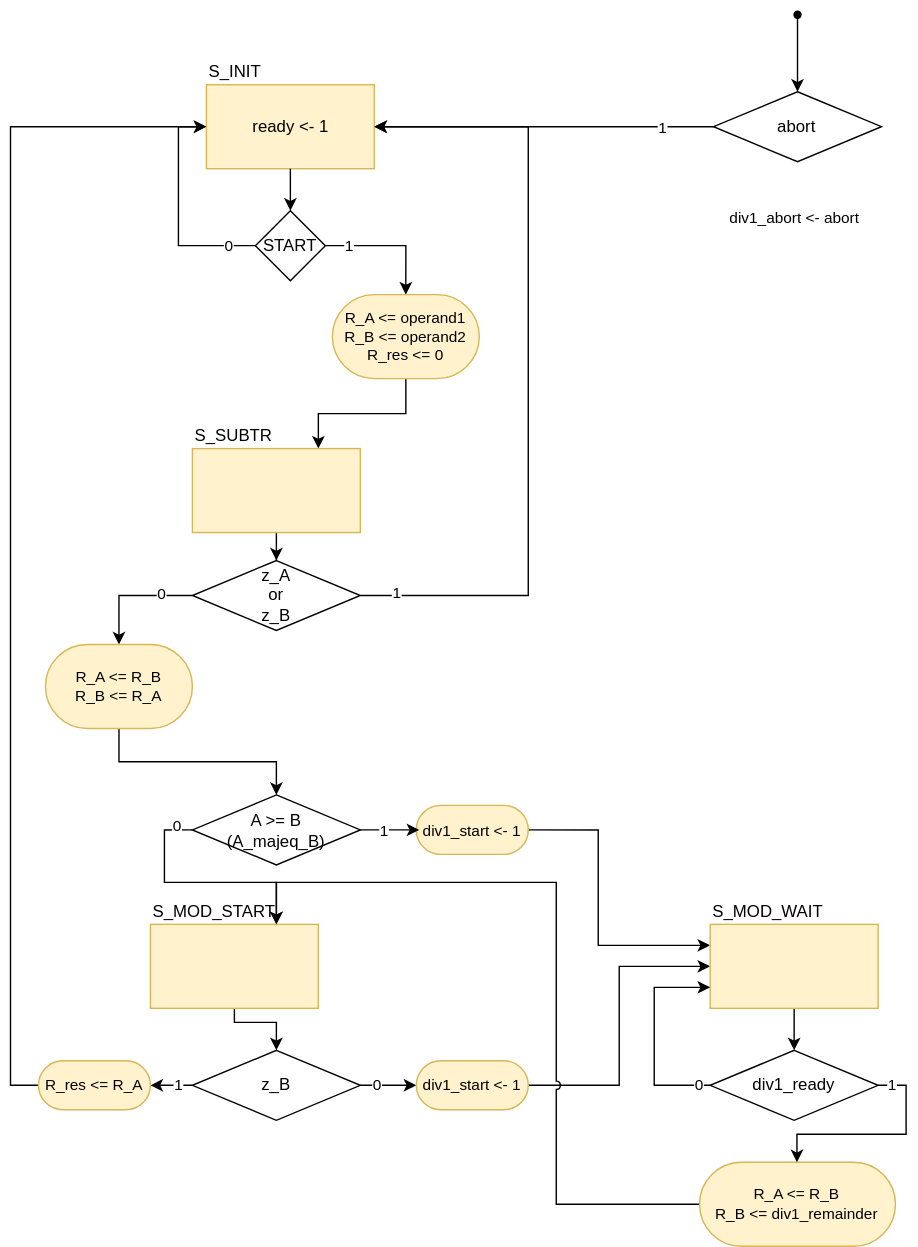
The draw.io diagram doc/images/ASM-mcd_ctrl.drawio.svg in DavidTrevisan/calcolatori_elettronici_2025, before a commit. Source tidied: cells renumbered, new cells last; positions are measured from the earlier drawing's top-left corner, leaving out a move shared by most shapes.
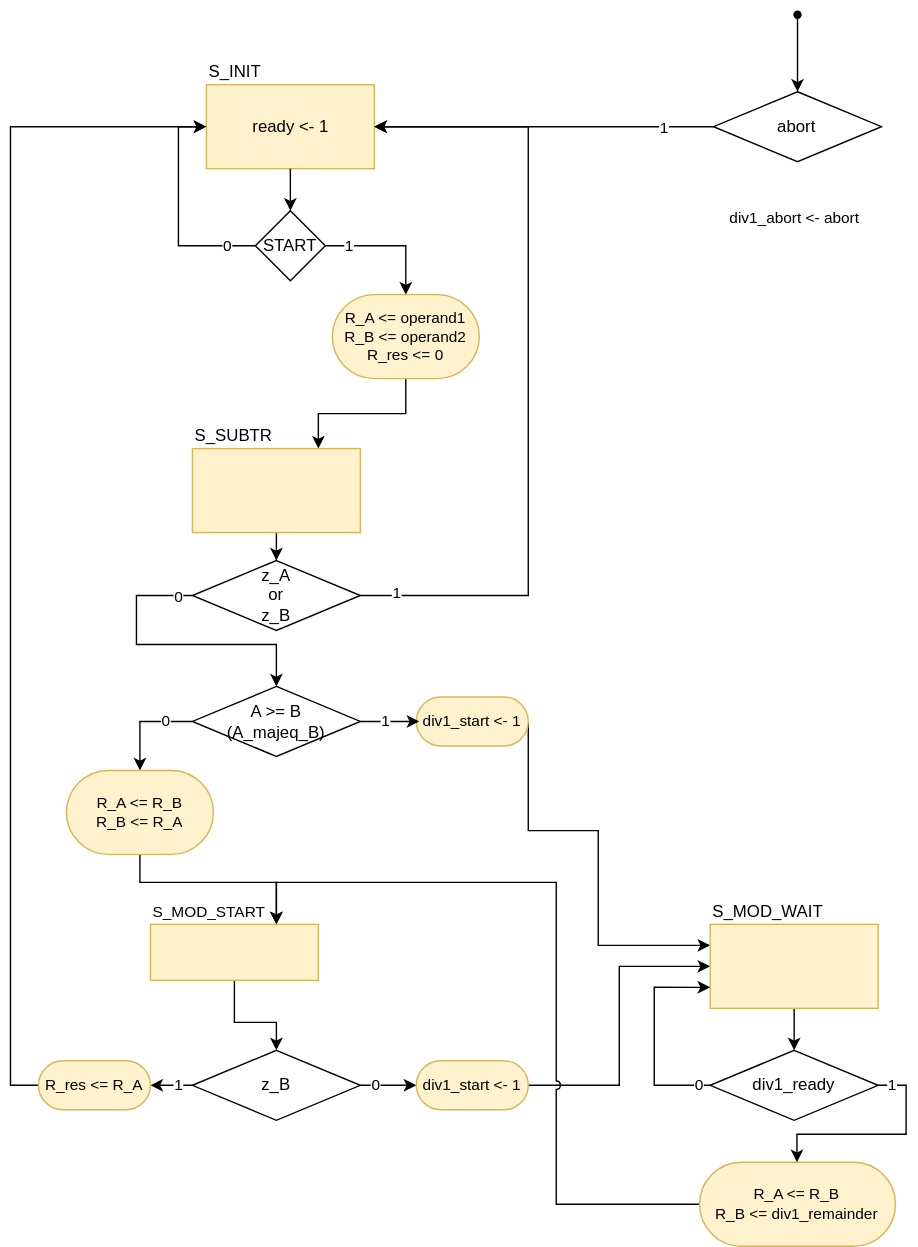
The same file after the commit.

Change to the diagram source:
```diff
@@ -54,11 +54,19 @@
     <mxCell id="14" value="S_SUBTR" style="rounded=0;whiteSpace=wrap;html=1;verticalAlign=bottom;labelPosition=center;verticalLabelPosition=top;align=left;fillColor=#fff2cc;strokeColor=#d6b656;" parent="1" vertex="1">
       <mxGeometry x="130" y="320" width="120" height="60" as="geometry" />
     </mxCell>
-    <mxCell id="15" style="edgeStyle=orthogonalEdgeStyle;rounded=0;jettySize=auto;html=1;entryX=0.5;entryY=0;entryDx=0;entryDy=0;exitX=0;exitY=0.5;exitDx=0;exitDy=0;" parent="1" edge="1" source="19" target="21">
-      <mxGeometry relative="1" as="geometry" />
+    <mxCell id="15" style="edgeStyle=orthogonalEdgeStyle;rounded=0;jettySize=auto;html=1;entryX=0.5;entryY=0;entryDx=0;entryDy=0;exitX=0;exitY=0.5;exitDx=0;exitDy=0;" parent="1" edge="1" source="19" target="24">
+      <mxGeometry relative="1" as="geometry">
+        <Array as="points">
+          <mxPoint x="90" y="425" />
+          <mxPoint x="90" y="460" />
+          <mxPoint x="190" y="460" />
+        </Array>
+      </mxGeometry>
     </mxCell>
     <mxCell id="16" value="0" style="edgeLabel;html=1;align=center;verticalAlign=middle;" parent="15" vertex="1">
-      <mxGeometry x="-0.49" y="-1" relative="1" as="geometry" />
+      <mxGeometry x="-0.49" y="-1" relative="1" as="geometry">
+        <mxPoint x="31" y="-12" as="offset" />
+      </mxGeometry>
     </mxCell>
     <mxCell id="17" style="edgeStyle=orthogonalEdgeStyle;rounded=0;jettySize=auto;html=1;entryX=1;entryY=0.5;entryDx=0;entryDy=0;" parent="1" edge="1" source="19" target="4">
       <mxGeometry relative="1" as="geometry">
@@ -74,26 +82,20 @@
     <mxCell id="19" value="z_A &lt;br&gt;or &lt;br&gt;z_B" style="rhombus;whiteSpace=wrap;html=1;" parent="1" vertex="1">
       <mxGeometry x="130" y="400" width="120" height="50" as="geometry" />
     </mxCell>
-    <mxCell id="20" style="edgeStyle=orthogonalEdgeStyle;rounded=0;jettySize=auto;html=1;" parent="1" edge="1" source="21" target="24">
-      <mxGeometry relative="1" as="geometry" />
-    </mxCell>
-    <mxCell id="21" value="&lt;div&gt;R_A &amp;lt;= R_B&lt;/div&gt;&lt;div&gt;R_B &amp;lt;= R_A&lt;/div&gt;" style="rounded=1;whiteSpace=wrap;html=1;fontFamily=Helvetica;fontSize=11;labelBackgroundColor=none;fillColor=#fff2cc;strokeColor=#d6b656;arcSize=50;" parent="1" vertex="1">
-      <mxGeometry x="25" y="460" width="105" height="60" as="geometry" />
-    </mxCell>
-    <mxCell id="22" style="edgeStyle=orthogonalEdgeStyle;rounded=0;jettySize=auto;html=1;entryX=0.75;entryY=0;entryDx=0;entryDy=0;exitX=0;exitY=0.5;exitDx=0;exitDy=0;" parent="1" edge="1" source="24" target="26">
+    <mxCell id="22" style="edgeStyle=orthogonalEdgeStyle;rounded=0;jettySize=auto;html=1;exitX=0;exitY=0.5;exitDx=0;exitDy=0;entryX=0.5;entryY=0;entryDx=0;entryDy=0;" parent="1" edge="1" source="24" target="21">
       <mxGeometry relative="1" as="geometry">
         <Array as="points">
-          <mxPoint x="110" y="593" />
-          <mxPoint x="110" y="630" />
-          <mxPoint x="190" y="630" />
+          <mxPoint x="93" y="515" />
         </Array>
       </mxGeometry>
     </mxCell>
     <mxCell id="23" value="0" style="edgeLabel;html=1;align=center;verticalAlign=middle;" parent="22" vertex="1">
-      <mxGeometry x="-0.87" y="-3" relative="1" as="geometry" />
+      <mxGeometry x="-0.87" y="-3" relative="1" as="geometry">
+        <mxPoint x="-15" y="3" as="offset" />
+      </mxGeometry>
     </mxCell>
     <mxCell id="24" value="A &amp;gt;= B&lt;br&gt;(A_majeq_B)" style="rhombus;whiteSpace=wrap;html=1;" parent="1" vertex="1">
-      <mxGeometry x="130" y="567.5" width="120" height="50" as="geometry" />
+      <mxGeometry x="130" y="490" width="120" height="50" as="geometry" />
     </mxCell>
     <mxCell id="25" style="edgeStyle=orthogonalEdgeStyle;rounded=0;jettySize=auto;html=1;entryX=0.5;entryY=0;entryDx=0;entryDy=0;" parent="1" edge="1" source="26" target="35">
       <mxGeometry relative="1" as="geometry">
@@ -103,8 +105,8 @@
         </Array>
       </mxGeometry>
     </mxCell>
-    <mxCell id="26" value="S_MOD_START" style="rounded=0;whiteSpace=wrap;html=1;verticalAlign=bottom;labelPosition=center;verticalLabelPosition=top;align=left;fillColor=#fff2cc;strokeColor=#d6b656;" parent="1" vertex="1">
-      <mxGeometry x="100" y="660" width="120" height="60" as="geometry" />
+    <mxCell id="26" value="S_MOD_START" style="rounded=0;whiteSpace=wrap;html=1;verticalAlign=bottom;labelPosition=center;verticalLabelPosition=top;align=left;fillColor=#fff2cc;strokeColor=#d6b656;fontSize=11;" parent="1" vertex="1">
+      <mxGeometry x="100" y="660" width="120" height="40" as="geometry" />
     </mxCell>
     <mxCell id="27" style="edgeStyle=orthogonalEdgeStyle;rounded=0;jettySize=auto;html=1;entryX=0;entryY=0.25;entryDx=0;entryDy=0;exitX=1;exitY=0.5;exitDx=0;exitDy=0;" parent="1" edge="1" source="28" target="41">
       <mxGeometry relative="1" as="geometry">
@@ -115,7 +117,7 @@
       </mxGeometry>
     </mxCell>
     <mxCell id="28" value="div1_start &amp;lt;- 1" style="rounded=1;whiteSpace=wrap;html=1;fontFamily=Helvetica;fontSize=11;labelBackgroundColor=none;fillColor=#fff2cc;strokeColor=#d6b656;arcSize=50;" parent="1" vertex="1">
-      <mxGeometry x="290" y="575" width="80" height="35" as="geometry" />
+      <mxGeometry x="290" y="497.5" width="80" height="35" as="geometry" />
     </mxCell>
     <mxCell id="29" style="edgeStyle=orthogonalEdgeStyle;rounded=0;jettySize=auto;html=1;entryX=0.027;entryY=0.5;entryDx=0;entryDy=0;entryPerimeter=0;" parent="1" edge="1" source="24" target="28">
       <mxGeometry relative="1" as="geometry" />
@@ -225,5 +227,16 @@
     <mxCell id="53" style="shape=waypoint;sketch=0;fillStyle=solid;size=6;points=[];fillColor=none;perimeter=centerPerimeter;snapToPoint=1;" parent="1" vertex="1">
       <mxGeometry x="552.4" width="20" height="20" as="geometry" />
     </mxCell>
+    <mxCell id="54" style="edgeStyle=orthogonalEdgeStyle;rounded=0;jettySize=auto;html=1;entryX=0.75;entryY=0;entryDx=0;entryDy=0;" parent="1" edge="1" source="21" target="26">
+      <mxGeometry relative="1" as="geometry">
+        <Array as="points">
+          <mxPoint x="93" y="630" />
+          <mxPoint x="190" y="630" />
+        </Array>
+      </mxGeometry>
+    </mxCell>
+    <mxCell id="21" value="&lt;div&gt;R_A &amp;lt;= R_B&lt;/div&gt;&lt;div&gt;R_B &amp;lt;= R_A&lt;/div&gt;" style="rounded=1;whiteSpace=wrap;html=1;fontFamily=Helvetica;fontSize=11;labelBackgroundColor=none;fillColor=#fff2cc;strokeColor=#d6b656;arcSize=50;" parent="1" vertex="1">
+      <mxGeometry x="40" y="550" width="105" height="60" as="geometry" />
+    </mxCell>
   </root>
 </mxGraphModel>
```
